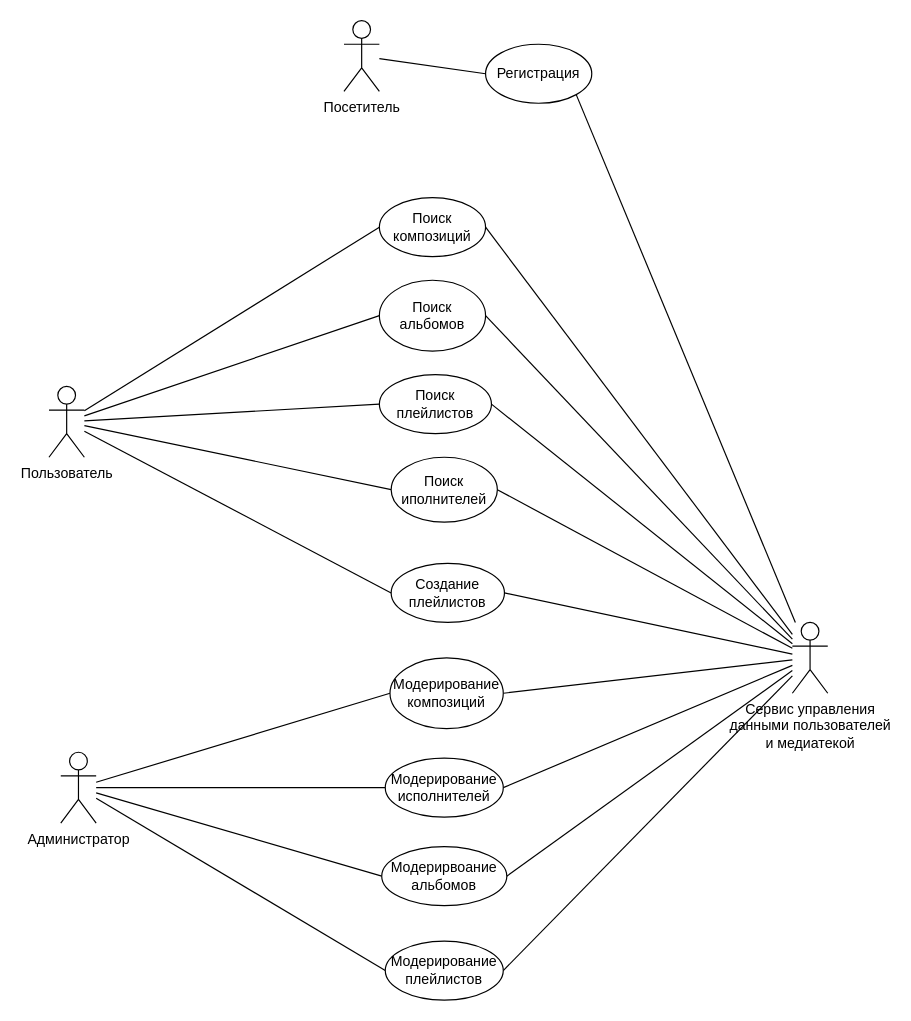
This is use_case_diagram/use_case_diafram.drawio from UmbrellaLeaf5/music_library_database, a draw.io file, before an edit. Source tidied: cells renumbered, new cells numbered last; positions are measured from the earlier drawing's top-left corner, leaving out a move shared by most shapes. Both pictures are drawn from the tidied source at 118%, with x=0, y=0 at pixel (48, 20).
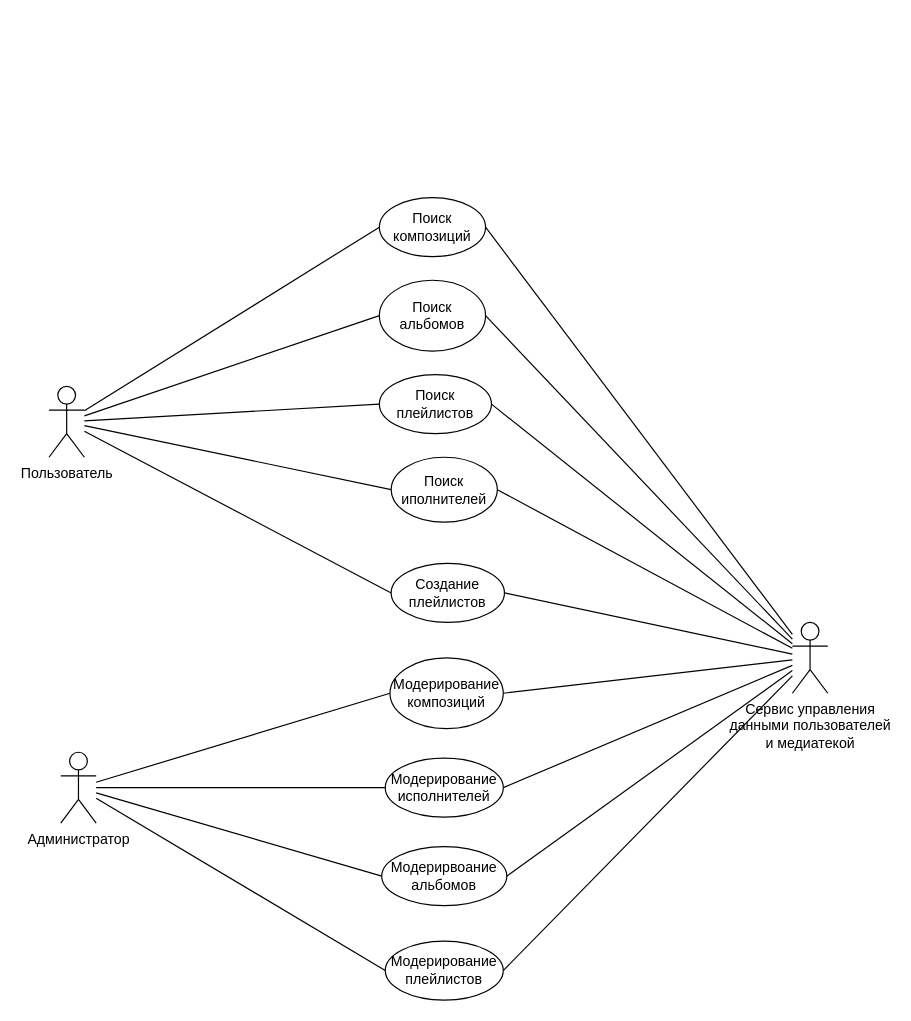
Above is the later version.

Commit message (it also covers changes not shown here):
update better ER- and use case diagram

The change refers to these unchanged cells:
```xml
<mxCell id="15" value="Сервис управления&lt;br&gt;данными пользователей&lt;br&gt;и медиатекой" style="shape=umlActor;verticalLabelPosition=bottom;verticalAlign=top;html=1;outlineConnect=0;" parent="1" vertex="1">
  <mxGeometry x="630" y="510" width="30" height="60" as="geometry" />
</mxCell>
```

What changed in the source:
```diff
@@
-    <mxCell id="2" style="edgeStyle=none;html=1;entryX=0;entryY=0.5;entryDx=0;entryDy=0;endArrow=none;endFill=0;" parent="1" edge="1" source="3" target="4">
-      <mxGeometry relative="1" as="geometry" />
-    </mxCell>
-    <mxCell id="3" value="Посетитель" style="shape=umlActor;verticalLabelPosition=bottom;verticalAlign=top;html=1;outlineConnect=0;" parent="1" vertex="1">
-      <mxGeometry x="250" width="30" height="60" as="geometry" />
-    </mxCell>
-    <mxCell id="4" value="Регистрация" style="ellipse;whiteSpace=wrap;html=1;" parent="1" vertex="1">
-      <mxGeometry x="370" y="20" width="90" height="50" as="geometry" />
-    </mxCell>
-    <mxCell id="5" style="edgeStyle=none;html=1;entryX=1;entryY=1;entryDx=0;entryDy=0;endArrow=none;endFill=0;" parent="1" edge="1" source="15" target="4">
-      <mxGeometry relative="1" as="geometry" />
-    </mxCell>
```
